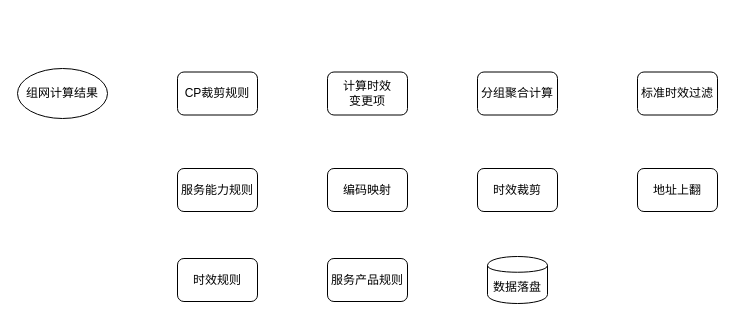
Earlier version of the draw.io diagram 方案计算流程.drawio (shaonianwu/cainiao). Source tidied: cells renumbered, new cells numbered last; positions are measured from the earlier drawing's top-left corner, leaving out a move shared by most shapes. Both pictures are drawn from the tidied source at 100%, with x=0, y=0 at pixel (17, 68).
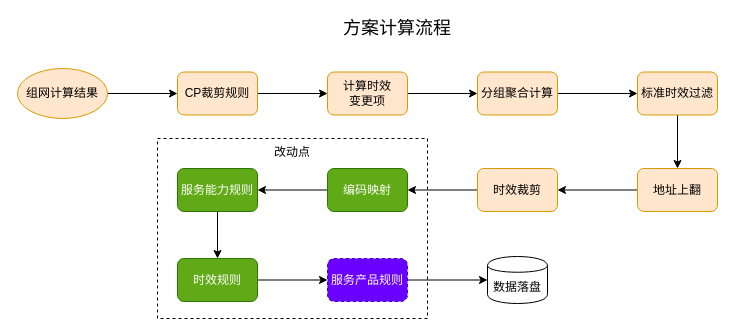
The same page after the edit.

Commit message:
方案计算流程.drawio

The change refers to these unchanged cells:
```xml
<mxCell id="13" value="数据落盘" style="shape=cylinder;whiteSpace=wrap;html=1;boundedLbl=1;backgroundOutline=1;" parent="1" vertex="1">
  <mxGeometry x="470" y="188" width="60" height="47" as="geometry" />
</mxCell>
```

The edit, as a diff of the source:
```diff
@@
+    <mxCell id="14" value="改动点" style="rounded=0;whiteSpace=wrap;html=1;dashed=1;verticalAlign=top;" parent="1" vertex="1">
+      <mxGeometry x="140" y="70" width="270" height="180" as="geometry" />
+    </mxCell>
+    <mxCell id="15" style="edgeStyle=orthogonalEdgeStyle;rounded=0;jettySize=auto;html=1;" parent="1" edge="1" source="2" target="3">
+      <mxGeometry relative="1" as="geometry" />
+    </mxCell>
-    <mxCell id="2" value="组网计算结果" style="ellipse;whiteSpace=wrap;html=1;" parent="1" vertex="1">
+    <mxCell id="2" value="组网计算结果" style="ellipse;whiteSpace=wrap;html=1;fillColor=#ffe6cc;strokeColor=#d79b00;" parent="1" vertex="1">
       <mxGeometry width="90" height="50" as="geometry" />
     </mxCell>
+    <mxCell id="16" style="edgeStyle=orthogonalEdgeStyle;rounded=0;jettySize=auto;html=1;" parent="1" edge="1" source="3" target="4">
+      <mxGeometry relative="1" as="geometry" />
+    </mxCell>
-    <mxCell id="3" value="CP裁剪规则" style="rounded=1;whiteSpace=wrap;html=1;" parent="1" vertex="1">
+    <mxCell id="3" value="CP裁剪规则" style="rounded=1;whiteSpace=wrap;html=1;fillColor=#ffe6cc;strokeColor=#d79b00;" parent="1" vertex="1">
       <mxGeometry x="160" y="3.5" width="80" height="43" as="geometry" />
     </mxCell>
+    <mxCell id="17" style="edgeStyle=orthogonalEdgeStyle;rounded=0;jettySize=auto;html=1;" parent="1" edge="1" source="4" target="5">
+      <mxGeometry relative="1" as="geometry" />
+    </mxCell>
-    <mxCell id="4" value="计算时效&lt;br&gt;变更项" style="rounded=1;whiteSpace=wrap;html=1;" parent="1" vertex="1">
+    <mxCell id="4" value="计算时效&lt;br&gt;变更项" style="rounded=1;whiteSpace=wrap;html=1;fillColor=#ffe6cc;strokeColor=#d79b00;" parent="1" vertex="1">
       <mxGeometry x="310" y="3.5" width="80" height="43" as="geometry" />
     </mxCell>
+    <mxCell id="18" style="edgeStyle=orthogonalEdgeStyle;rounded=0;jettySize=auto;html=1;" parent="1" edge="1" source="5" target="6">
+      <mxGeometry relative="1" as="geometry" />
+    </mxCell>
-    <mxCell id="5" value="分组聚合计算" style="rounded=1;whiteSpace=wrap;html=1;" parent="1" vertex="1">
+    <mxCell id="5" value="分组聚合计算" style="rounded=1;whiteSpace=wrap;html=1;fillColor=#ffe6cc;strokeColor=#d79b00;" parent="1" vertex="1">
       <mxGeometry x="460" y="3.5" width="80" height="43" as="geometry" />
     </mxCell>
+    <mxCell id="19" style="edgeStyle=orthogonalEdgeStyle;rounded=0;jettySize=auto;html=1;" parent="1" edge="1" source="6" target="7">
+      <mxGeometry relative="1" as="geometry" />
+    </mxCell>
-    <mxCell id="6" value="标准时效过滤" style="rounded=1;whiteSpace=wrap;html=1;" parent="1" vertex="1">
+    <mxCell id="6" value="标准时效过滤" style="rounded=1;whiteSpace=wrap;html=1;fillColor=#ffe6cc;strokeColor=#d79b00;" parent="1" vertex="1">
       <mxGeometry x="620" y="3.5" width="80" height="43" as="geometry" />
     </mxCell>
+    <mxCell id="20" style="edgeStyle=orthogonalEdgeStyle;rounded=0;jettySize=auto;html=1;" parent="1" edge="1" source="7" target="8">
+      <mxGeometry relative="1" as="geometry" />
+    </mxCell>
-    <mxCell id="7" value="地址上翻" style="rounded=1;whiteSpace=wrap;html=1;" parent="1" vertex="1">
+    <mxCell id="7" value="地址上翻" style="rounded=1;whiteSpace=wrap;html=1;fillColor=#ffe6cc;strokeColor=#d79b00;" parent="1" vertex="1">
       <mxGeometry x="620" y="100" width="80" height="43" as="geometry" />
     </mxCell>
+    <mxCell id="21" style="edgeStyle=orthogonalEdgeStyle;rounded=0;jettySize=auto;html=1;" parent="1" edge="1" source="8" target="9">
+      <mxGeometry relative="1" as="geometry" />
+    </mxCell>
-    <mxCell id="8" value="时效裁剪" style="rounded=1;whiteSpace=wrap;html=1;" parent="1" vertex="1">
+    <mxCell id="8" value="时效裁剪" style="rounded=1;whiteSpace=wrap;html=1;fillColor=#ffe6cc;strokeColor=#d79b00;" parent="1" vertex="1">
       <mxGeometry x="460" y="100" width="80" height="43" as="geometry" />
     </mxCell>
+    <mxCell id="22" style="edgeStyle=orthogonalEdgeStyle;rounded=0;jettySize=auto;html=1;" parent="1" edge="1" source="9" target="10">
+      <mxGeometry relative="1" as="geometry" />
+    </mxCell>
-    <mxCell id="9" value="编码映射" style="rounded=1;whiteSpace=wrap;html=1;" parent="1" vertex="1">
+    <mxCell id="9" value="编码映射" style="rounded=1;whiteSpace=wrap;html=1;fillColor=#60a917;strokeColor=#2D7600;fontColor=#ffffff;" parent="1" vertex="1">
       <mxGeometry x="310" y="100" width="80" height="43" as="geometry" />
     </mxCell>
+    <mxCell id="23" style="edgeStyle=orthogonalEdgeStyle;rounded=0;jettySize=auto;html=1;" parent="1" edge="1" source="10" target="11">
+      <mxGeometry relative="1" as="geometry" />
+    </mxCell>
-    <mxCell id="10" value="服务能力规则" style="rounded=1;whiteSpace=wrap;html=1;" parent="1" vertex="1">
+    <mxCell id="10" value="服务能力规则" style="rounded=1;whiteSpace=wrap;html=1;fillColor=#60a917;strokeColor=#2D7600;fontColor=#ffffff;" parent="1" vertex="1">
       <mxGeometry x="160" y="100" width="80" height="43" as="geometry" />
     </mxCell>
+    <mxCell id="24" style="edgeStyle=orthogonalEdgeStyle;rounded=0;jettySize=auto;html=1;" parent="1" edge="1" source="11" target="12">
+      <mxGeometry relative="1" as="geometry" />
+    </mxCell>
-    <mxCell id="11" value="时效规则" style="rounded=1;whiteSpace=wrap;html=1;" parent="1" vertex="1">
+    <mxCell id="11" value="时效规则" style="rounded=1;whiteSpace=wrap;html=1;fillColor=#60a917;strokeColor=#2D7600;fontColor=#ffffff;" parent="1" vertex="1">
       <mxGeometry x="160" y="190" width="80" height="43" as="geometry" />
     </mxCell>
+    <mxCell id="25" style="edgeStyle=orthogonalEdgeStyle;rounded=0;jettySize=auto;html=1;" parent="1" edge="1" source="12" target="13">
+      <mxGeometry relative="1" as="geometry" />
+    </mxCell>
-    <mxCell id="12" value="服务产品规则" style="rounded=1;whiteSpace=wrap;html=1;" parent="1" vertex="1">
+    <mxCell id="12" value="服务产品规则" style="rounded=1;whiteSpace=wrap;html=1;fillColor=#6a00ff;strokeColor=#3700CC;fontColor=#ffffff;dashed=1;" parent="1" vertex="1">
       <mxGeometry x="310" y="190" width="80" height="43" as="geometry" />
     </mxCell>
@@
+    <mxCell id="26" value="&lt;font style=&quot;font-size: 18px&quot;&gt;方案计算流程&lt;/font&gt;" style="text;html=1;strokeColor=none;fillColor=none;align=center;verticalAlign=middle;whiteSpace=wrap;rounded=0;dashed=1;" parent="1" vertex="1">
+      <mxGeometry x="320" y="-50" width="120" height="20" as="geometry" />
+    </mxCell>
```
